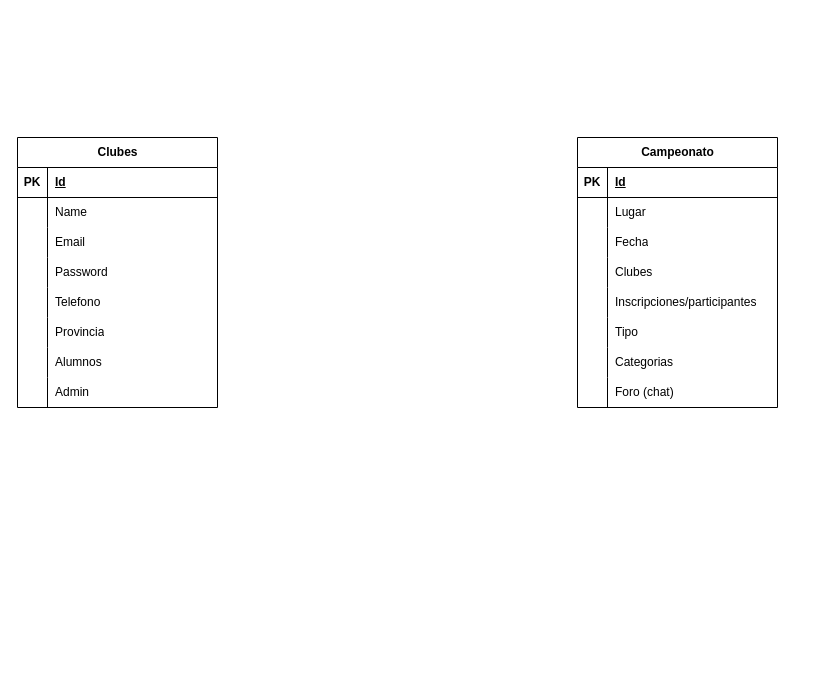
This is Diagrama sin título.drawio from IvanSoriano19/tkdata-react-mui, a draw.io file, before an edit. Source tidied: cells renumbered, new cells numbered last; positions are measured from the earlier drawing's top-left corner, leaving out a move shared by most shapes. Both pictures are drawn from the tidied source at 100%, with x=0, y=0 at pixel (17, 137).
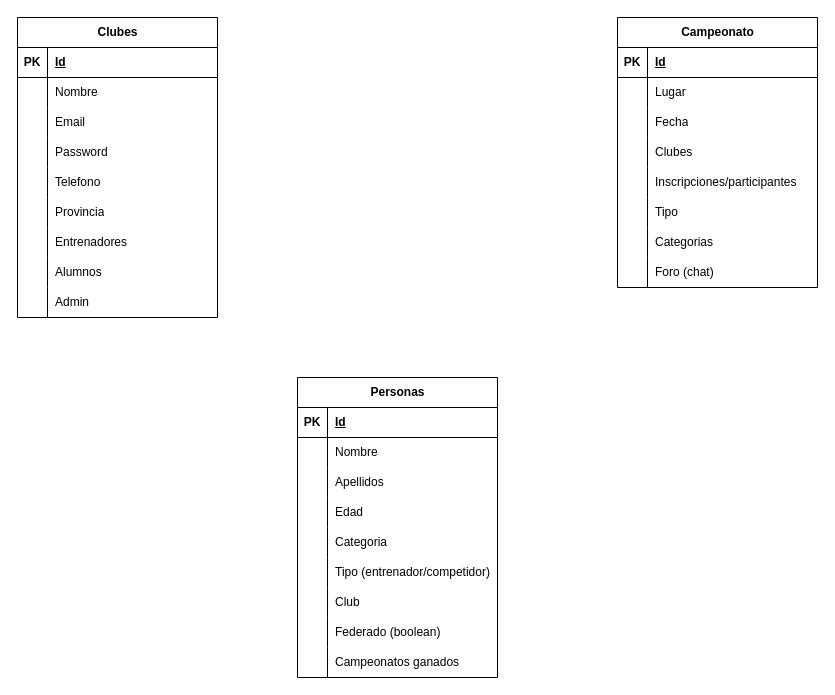
After the change.

Unchanged cells that the change refers to:
```xml
<mxCell id="6" style="shape=tableRow;horizontal=0;startSize=0;swimlaneHead=0;swimlaneBody=0;fillColor=none;top=0;left=0;right=0;bottom=0;" parent="2" vertex="1">
  <mxGeometry y="60" width="200" height="30" as="geometry" />
</mxCell>
```

Diff of the diagram source:
```diff
@@
     <mxCell id="2" value="Clubes" style="shape=table;startSize=30;childLayout=tableLayout;rowLines=0;fontStyle=1;align=center;html=1;" parent="1" vertex="1">
-      <mxGeometry width="200" height="270" as="geometry" />
+      <mxGeometry y="-120" width="200" height="300" as="geometry" />
     </mxCell>
@@
-    <mxCell id="8" value="Name" style="shape=partialRectangle;fillColor=none;top=0;left=0;bottom=0;right=0;align=left;spacingLeft=6;overflow=hidden;whiteSpace=wrap;html=1;" parent="6" vertex="1">
+    <mxCell id="8" value="Nombre" style="shape=partialRectangle;fillColor=none;top=0;left=0;bottom=0;right=0;align=left;spacingLeft=6;overflow=hidden;whiteSpace=wrap;html=1;" parent="6" vertex="1">
       <mxGeometry x="30" width="170" height="30" as="geometry" />
     </mxCell>
@@
+    <mxCell id="52" style="shape=tableRow;horizontal=0;startSize=0;swimlaneHead=0;swimlaneBody=0;fillColor=none;top=0;left=0;right=0;bottom=0;" parent="2" vertex="1">
+      <mxGeometry y="210" width="200" height="30" as="geometry" />
+    </mxCell>
+    <mxCell id="53" style="shape=partialRectangle;fillColor=none;top=0;left=0;bottom=0;right=0;overflow=hidden;whiteSpace=wrap;html=1;" parent="52" vertex="1">
+      <mxGeometry width="30" height="30" as="geometry" />
+    </mxCell>
+    <mxCell id="54" value="Entrenadores" style="shape=partialRectangle;fillColor=none;top=0;left=0;bottom=0;right=0;align=left;spacingLeft=6;overflow=hidden;whiteSpace=wrap;html=1;" parent="52" vertex="1">
+      <mxGeometry x="30" width="170" height="30" as="geometry" />
+    </mxCell>
     <mxCell id="21" style="shape=tableRow;horizontal=0;startSize=0;swimlaneHead=0;swimlaneBody=0;fillColor=none;top=0;left=0;right=0;bottom=0;" parent="2" vertex="1">
-      <mxGeometry y="210" width="200" height="30" as="geometry" />
+      <mxGeometry y="240" width="200" height="30" as="geometry" />
     </mxCell>
@@
     <mxCell id="24" style="shape=tableRow;horizontal=0;startSize=0;swimlaneHead=0;swimlaneBody=0;fillColor=none;top=0;left=0;right=0;bottom=0;" parent="2" vertex="1">
-      <mxGeometry y="240" width="200" height="30" as="geometry" />
+      <mxGeometry y="270" width="200" height="30" as="geometry" />
     </mxCell>
@@
     <mxCell id="27" value="Campeonato" style="shape=table;startSize=30;childLayout=tableLayout;rowLines=0;fontStyle=1;align=center;html=1;" parent="1" vertex="1">
-      <mxGeometry x="560" width="200" height="270" as="geometry" />
+      <mxGeometry x="600" y="-120" width="200" height="270" as="geometry" />
     </mxCell>
@@
+    <mxCell id="55" value="Personas" style="shape=table;startSize=30;childLayout=tableLayout;rowLines=0;fontStyle=1;align=center;html=1;" parent="1" vertex="1">
+      <mxGeometry x="280" y="240" width="200" height="300" as="geometry" />
+    </mxCell>
+    <mxCell id="56" style="shape=tableRow;horizontal=0;startSize=0;swimlaneHead=0;swimlaneBody=0;fillColor=none;top=0;left=0;right=0;bottom=1;" parent="55" vertex="1">
+      <mxGeometry y="30" width="200" height="30" as="geometry" />
+    </mxCell>
+    <mxCell id="57" value="PK" style="shape=partialRectangle;fillColor=none;top=0;left=0;bottom=0;right=0;fontStyle=1;overflow=hidden;whiteSpace=wrap;html=1;" parent="56" vertex="1">
+      <mxGeometry width="30" height="30" as="geometry" />
+    </mxCell>
+    <mxCell id="58" value="Id" style="shape=partialRectangle;fillColor=none;top=0;left=0;bottom=0;right=0;align=left;spacingLeft=6;fontStyle=5;overflow=hidden;whiteSpace=wrap;html=1;" parent="56" vertex="1">
+      <mxGeometry x="30" width="170" height="30" as="geometry" />
+    </mxCell>
+    <mxCell id="59" style="shape=tableRow;horizontal=0;startSize=0;swimlaneHead=0;swimlaneBody=0;fillColor=none;top=0;left=0;right=0;bottom=0;" parent="55" vertex="1">
+      <mxGeometry y="60" width="200" height="30" as="geometry" />
+    </mxCell>
+    <mxCell id="60" style="shape=partialRectangle;fillColor=none;top=0;left=0;bottom=0;right=0;overflow=hidden;whiteSpace=wrap;html=1;" parent="59" vertex="1">
+      <mxGeometry width="30" height="30" as="geometry" />
+    </mxCell>
+    <mxCell id="61" value="Nombre" style="shape=partialRectangle;fillColor=none;top=0;left=0;bottom=0;right=0;align=left;spacingLeft=6;overflow=hidden;whiteSpace=wrap;html=1;" parent="59" vertex="1">
+      <mxGeometry x="30" width="170" height="30" as="geometry" />
+    </mxCell>
+    <mxCell id="62" style="shape=tableRow;horizontal=0;startSize=0;swimlaneHead=0;swimlaneBody=0;fillColor=none;top=0;left=0;right=0;bottom=0;" parent="55" vertex="1">
+      <mxGeometry y="90" width="200" height="30" as="geometry" />
+    </mxCell>
+    <mxCell id="63" style="shape=partialRectangle;fillColor=none;top=0;left=0;bottom=0;right=0;overflow=hidden;whiteSpace=wrap;html=1;" parent="62" vertex="1">
+      <mxGeometry width="30" height="30" as="geometry" />
+    </mxCell>
+    <mxCell id="64" value="Apellidos" style="shape=partialRectangle;fillColor=none;top=0;left=0;bottom=0;right=0;align=left;spacingLeft=6;overflow=hidden;whiteSpace=wrap;html=1;" parent="62" vertex="1">
+      <mxGeometry x="30" width="170" height="30" as="geometry" />
+    </mxCell>
+    <mxCell id="65" style="shape=tableRow;horizontal=0;startSize=0;swimlaneHead=0;swimlaneBody=0;fillColor=none;top=0;left=0;right=0;bottom=0;" parent="55" vertex="1">
+      <mxGeometry y="120" width="200" height="30" as="geometry" />
+    </mxCell>
+    <mxCell id="66" style="shape=partialRectangle;fillColor=none;top=0;left=0;bottom=0;right=0;overflow=hidden;whiteSpace=wrap;html=1;" parent="65" vertex="1">
+      <mxGeometry width="30" height="30" as="geometry" />
+    </mxCell>
+    <mxCell id="67" value="Edad" style="shape=partialRectangle;fillColor=none;top=0;left=0;bottom=0;right=0;align=left;spacingLeft=6;overflow=hidden;whiteSpace=wrap;html=1;" parent="65" vertex="1">
+      <mxGeometry x="30" width="170" height="30" as="geometry" />
+    </mxCell>
+    <mxCell id="68" style="shape=tableRow;horizontal=0;startSize=0;swimlaneHead=0;swimlaneBody=0;fillColor=none;top=0;left=0;right=0;bottom=0;" parent="55" vertex="1">
+      <mxGeometry y="150" width="200" height="30" as="geometry" />
+    </mxCell>
+    <mxCell id="69" style="shape=partialRectangle;fillColor=none;top=0;left=0;bottom=0;right=0;overflow=hidden;whiteSpace=wrap;html=1;" parent="68" vertex="1">
+      <mxGeometry width="30" height="30" as="geometry" />
+    </mxCell>
+    <mxCell id="70" value="Categoria" style="shape=partialRectangle;fillColor=none;top=0;left=0;bottom=0;right=0;align=left;spacingLeft=6;overflow=hidden;whiteSpace=wrap;html=1;" parent="68" vertex="1">
+      <mxGeometry x="30" width="170" height="30" as="geometry" />
+    </mxCell>
+    <mxCell id="71" style="shape=tableRow;horizontal=0;startSize=0;swimlaneHead=0;swimlaneBody=0;fillColor=none;top=0;left=0;right=0;bottom=0;" parent="55" vertex="1">
+      <mxGeometry y="180" width="200" height="30" as="geometry" />
+    </mxCell>
+    <mxCell id="72" style="shape=partialRectangle;fillColor=none;top=0;left=0;bottom=0;right=0;overflow=hidden;whiteSpace=wrap;html=1;" parent="71" vertex="1">
+      <mxGeometry width="30" height="30" as="geometry" />
+    </mxCell>
+    <mxCell id="73" value="Tipo (entrenador/competidor)" style="shape=partialRectangle;fillColor=none;top=0;left=0;bottom=0;right=0;align=left;spacingLeft=6;overflow=hidden;whiteSpace=wrap;html=1;" parent="71" vertex="1">
+      <mxGeometry x="30" width="170" height="30" as="geometry" />
+    </mxCell>
+    <mxCell id="74" style="shape=tableRow;horizontal=0;startSize=0;swimlaneHead=0;swimlaneBody=0;fillColor=none;top=0;left=0;right=0;bottom=0;" parent="55" vertex="1">
+      <mxGeometry y="210" width="200" height="30" as="geometry" />
+    </mxCell>
+    <mxCell id="75" style="shape=partialRectangle;fillColor=none;top=0;left=0;bottom=0;right=0;overflow=hidden;whiteSpace=wrap;html=1;" parent="74" vertex="1">
+      <mxGeometry width="30" height="30" as="geometry" />
+    </mxCell>
+    <mxCell id="76" value="Club" style="shape=partialRectangle;fillColor=none;top=0;left=0;bottom=0;right=0;align=left;spacingLeft=6;overflow=hidden;whiteSpace=wrap;html=1;" parent="74" vertex="1">
+      <mxGeometry x="30" width="170" height="30" as="geometry" />
+    </mxCell>
+    <mxCell id="77" style="shape=tableRow;horizontal=0;startSize=0;swimlaneHead=0;swimlaneBody=0;fillColor=none;top=0;left=0;right=0;bottom=0;" parent="55" vertex="1">
+      <mxGeometry y="240" width="200" height="30" as="geometry" />
+    </mxCell>
+    <mxCell id="78" style="shape=partialRectangle;fillColor=none;top=0;left=0;bottom=0;right=0;overflow=hidden;whiteSpace=wrap;html=1;" parent="77" vertex="1">
+      <mxGeometry width="30" height="30" as="geometry" />
+    </mxCell>
+    <mxCell id="79" value="Federado (boolean)" style="shape=partialRectangle;fillColor=none;top=0;left=0;bottom=0;right=0;align=left;spacingLeft=6;overflow=hidden;whiteSpace=wrap;html=1;" parent="77" vertex="1">
+      <mxGeometry x="30" width="170" height="30" as="geometry" />
+    </mxCell>
+    <mxCell id="80" style="shape=tableRow;horizontal=0;startSize=0;swimlaneHead=0;swimlaneBody=0;fillColor=none;top=0;left=0;right=0;bottom=0;" parent="55" vertex="1">
+      <mxGeometry y="270" width="200" height="30" as="geometry" />
+    </mxCell>
+    <mxCell id="81" style="shape=partialRectangle;fillColor=none;top=0;left=0;bottom=0;right=0;overflow=hidden;whiteSpace=wrap;html=1;" parent="80" vertex="1">
+      <mxGeometry width="30" height="30" as="geometry" />
+    </mxCell>
+    <mxCell id="82" value="Campeonatos ganados" style="shape=partialRectangle;fillColor=none;top=0;left=0;bottom=0;right=0;align=left;spacingLeft=6;overflow=hidden;whiteSpace=wrap;html=1;" parent="80" vertex="1">
+      <mxGeometry x="30" width="170" height="30" as="geometry" />
+    </mxCell>
```
